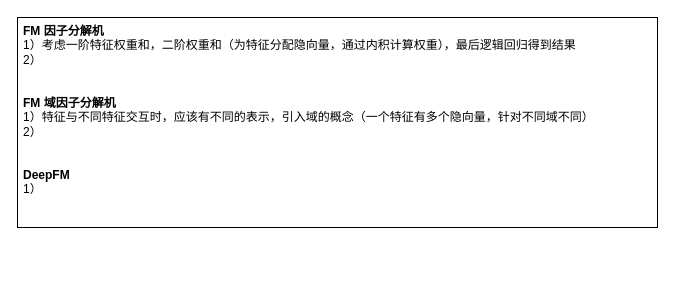
This is RecModel.drawio from limpid-11/drawio, a draw.io file, before an edit. Source tidied: cells renumbered, new cells numbered last; positions are measured from the earlier drawing's top-left corner, leaving out a move shared by most shapes. Both pictures are drawn from the tidied source at 100%, with x=0, y=0 at pixel (17, 17).
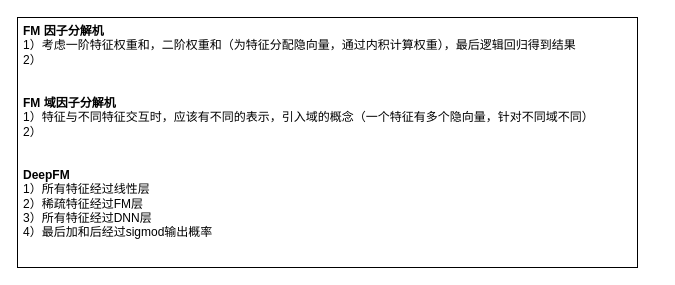
The same page after the edit.

The edit, as a diff of the source:
```diff
@@
 <mxGraphModel>
   <root>
     <mxCell id="0" />
     <mxCell id="1" parent="0" />
-    <mxCell id="2" value="&lt;b&gt;FM 因子分解机&lt;/b&gt;&lt;br&gt;&lt;div&gt;1）考虑一阶特征权重和，二阶权重和（为特征分配隐向量，通过内积计算权重），最后逻辑回归得到结果&lt;/div&gt;&lt;div&gt;2）&lt;/div&gt;&lt;div&gt;&lt;br&gt;&lt;/div&gt;&lt;div&gt;&lt;br&gt;&lt;/div&gt;&lt;div&gt;&lt;b&gt;FM 域因子分解机&lt;/b&gt;&lt;br&gt;&lt;/div&gt;&lt;div&gt;1）特征与不同特征交互时，应该有不同的表示，引入域的概念（一个特征有多个隐向量，针对不同域不同）&lt;b&gt;&lt;br&gt;&lt;/b&gt;&lt;/div&gt;&lt;div&gt;2）&lt;/div&gt;&lt;div&gt;&lt;br&gt;&lt;/div&gt;&lt;div&gt;&lt;br&gt;&lt;/div&gt;&lt;div&gt;&lt;b&gt;DeepFM&amp;nbsp;&lt;/b&gt;&lt;br&gt;&lt;/div&gt;&lt;div&gt;1）&lt;b&gt;&lt;br&gt;&lt;/b&gt;&lt;/div&gt;" style="rounded=0;whiteSpace=wrap;html=1;align=left;verticalAlign=top;spacingLeft=4;" parent="1" vertex="1">
-      <mxGeometry width="640" height="210" as="geometry" />
+    <mxCell id="2" value="&lt;b&gt;FM 因子分解机&lt;/b&gt;&lt;br&gt;&lt;div&gt;1）考虑一阶特征权重和，二阶权重和（为特征分配隐向量，通过内积计算权重），最后逻辑回归得到结果&lt;/div&gt;&lt;div&gt;2）&lt;/div&gt;&lt;div&gt;&lt;br&gt;&lt;/div&gt;&lt;div&gt;&lt;br&gt;&lt;/div&gt;&lt;div&gt;&lt;b&gt;FM 域因子分解机&lt;/b&gt;&lt;br&gt;&lt;/div&gt;&lt;div&gt;1）特征与不同特征交互时，应该有不同的表示，引入域的概念（一个特征有多个隐向量，针对不同域不同）&lt;b&gt;&lt;br&gt;&lt;/b&gt;&lt;/div&gt;&lt;div&gt;2）&lt;/div&gt;&lt;div&gt;&lt;br&gt;&lt;/div&gt;&lt;div&gt;&lt;br&gt;&lt;/div&gt;&lt;div&gt;&lt;b&gt;DeepFM&amp;nbsp;&lt;/b&gt;&lt;br&gt;&lt;/div&gt;&lt;div&gt;1）所有特征经过线性层&lt;b&gt;&lt;br&gt;&lt;/b&gt;&lt;/div&gt;&lt;div&gt;2）稀疏特征经过FM层&lt;/div&gt;&lt;div&gt;3）所有特征经过DNN层&lt;/div&gt;&lt;div&gt;4）最后加和后经过sigmod输出概率&lt;/div&gt;" style="rounded=0;whiteSpace=wrap;html=1;align=left;verticalAlign=top;spacingLeft=4;" parent="1" vertex="1">
+      <mxGeometry width="620" height="250" as="geometry" />
     </mxCell>
   </root>
 </mxGraphModel>
```
